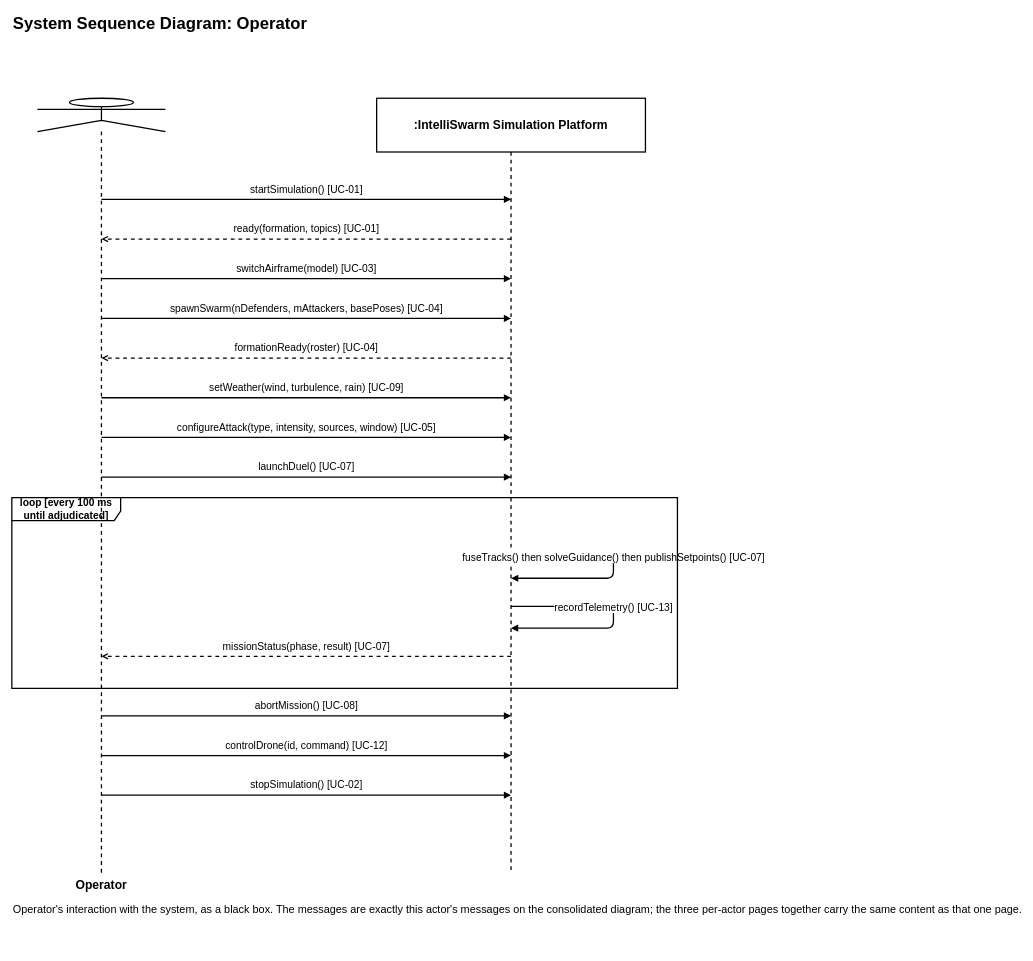
Before: page "SSD: Operator" (2 of 4) of 11_system_sequence_diagram.drawio in syedmohammad611/diagrams, a draw.io diagram. Source tidied: cells renumbered, new cells numbered last; positions are measured from the earlier drawing's top-left corner, leaving out a move shared by most shapes. Both pictures are drawn from the tidied source at 64%, with x=0, y=0 at pixel (12, 11).
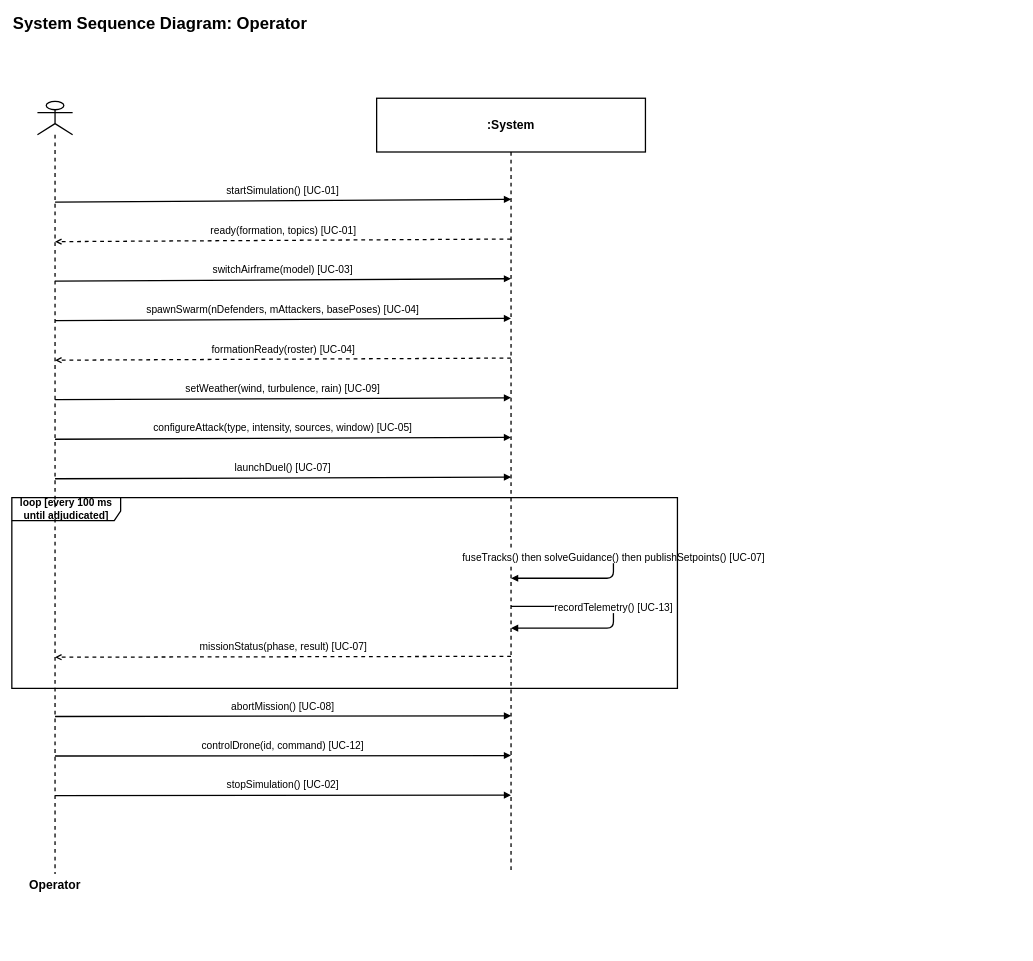
After the change.

Commit message (it also covers changes not shown here):
refactor: update system sequence diagram drawio layout and components

The edit, as a diff of the source:
```diff
@@
-<mxGraphModel>
+<mxGraphModel background="#ffffff">
@@
     <mxCell id="3" value="Operator" style="shape=umlLifeline;perimeter=lifelinePerimeter;whiteSpace=wrap;html=1;outlineConnect=0;participant=umlActor;fillColor=none;strokeColor=#000000;fontColor=#000000;fontFamily=Helvetica;strokeWidth=2;fontSize=19;fontStyle=1;size=52;verticalLabelPosition=bottom;verticalAlign=top;" parent="1" vertex="1">
-      <mxGeometry x="40" y="136" width="200" height="1212" as="geometry" />
+      <mxGeometry x="40" y="141" width="55" height="1207" as="geometry" />
     </mxCell>
-    <mxCell id="4" value=":IntelliSwarm Simulation Platform" style="shape=umlLifeline;perimeter=lifelinePerimeter;whiteSpace=wrap;html=1;outlineConnect=0;fillColor=none;strokeColor=#000000;fontColor=#000000;fontFamily=Helvetica;strokeWidth=2;fontSize=19;fontStyle=1;size=84;" parent="1" vertex="1">
+    <mxCell id="4" value=":System" style="shape=umlLifeline;perimeter=lifelinePerimeter;whiteSpace=wrap;html=1;outlineConnect=0;fillColor=none;strokeColor=#000000;fontColor=#000000;fontFamily=Helvetica;strokeWidth=2;fontSize=19;fontStyle=1;size=84;" parent="1" vertex="1">
       <mxGeometry x="570" y="136" width="420" height="1212" as="geometry" />
     </mxCell>
@@
-    <mxCell id="20" value="Operator's interaction with the system, as a black box. The messages are exactly this actor's messages on the consolidated diagram; the three per-actor pages together carry the same content as that one page." style="text;html=1;strokeColor=none;fillColor=none;align=left;verticalAlign=top;fontFamily=Helvetica;fontColor=#000000;fontSize=17;" parent="1" vertex="1">
-      <mxGeometry y="1388" width="1040" height="80" as="geometry" />
-    </mxCell>
```
